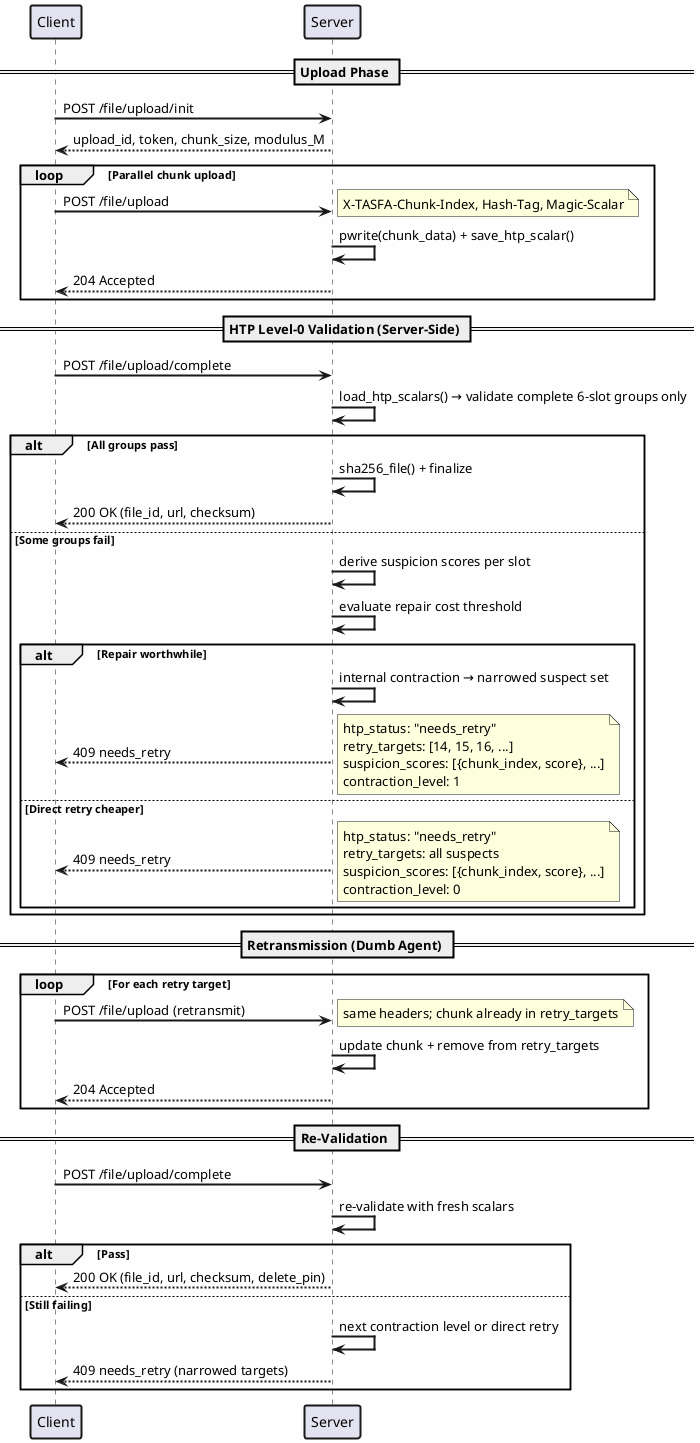
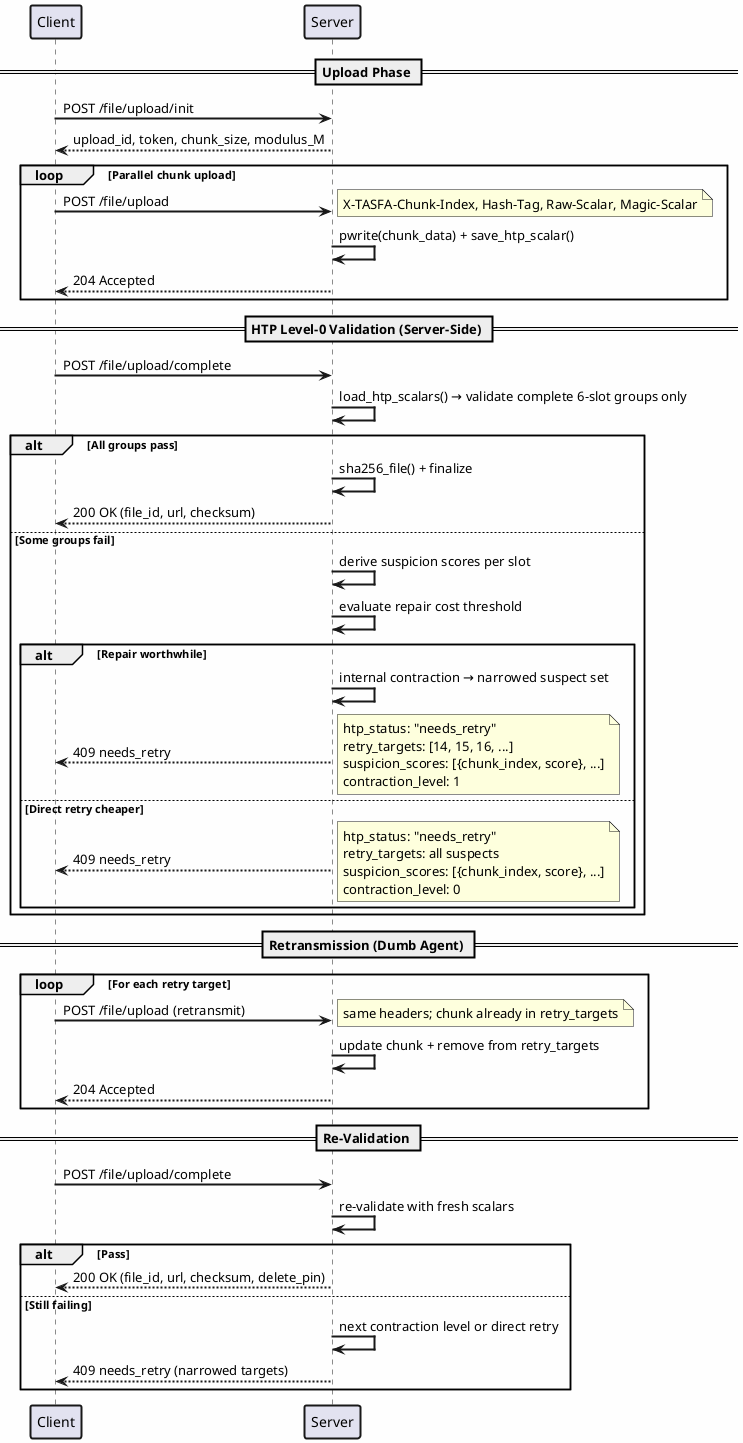
@startuml TASFA_Server_Authoritative_HTP

skinparam backgroundColor #FEFEFE
skinparam handwritten false
skinparam sequenceArrowThickness 2
skinparam sequenceParticipantBorderThickness 2

== Upload Phase ==
Client -> Server: POST /file/upload/init
Server --> Client: upload_id, token, chunk_size, modulus_M

loop Parallel chunk upload
    Client -> Server: POST /file/upload
-     note right: X-TASFA-Chunk-Index, Hash-Tag, Magic-Scalar
+     note right: X-TASFA-Chunk-Index, Hash-Tag, Raw-Scalar, Magic-Scalar
    Server -> Server: pwrite(chunk_data) + save_htp_scalar()
    Server --> Client: 204 Accepted
end

== HTP Level-0 Validation (Server-Side) ==
Client -> Server: POST /file/upload/complete
Server -> Server: load_htp_scalars() → validate complete 6-slot groups only

alt All groups pass
    Server -> Server: sha256_file() + finalize
    Server --> Client: 200 OK (file_id, url, checksum)
else Some groups fail
    Server -> Server: derive suspicion scores per slot
    Server -> Server: evaluate repair cost threshold
    alt Repair worthwhile
        Server -> Server: internal contraction → narrowed suspect set
        Server --> Client: 409 needs_retry
        note right
          htp_status: "needs_retry"
          retry_targets: [14, 15, 16, ...]
          suspicion_scores: [{chunk_index, score}, ...]
          contraction_level: 1
        end note
    else Direct retry cheaper
        Server --> Client: 409 needs_retry
        note right
          htp_status: "needs_retry"
          retry_targets: all suspects
          suspicion_scores: [{chunk_index, score}, ...]
          contraction_level: 0
        end note
    end
end

== Retransmission (Dumb Agent) ==
loop For each retry target
    Client -> Server: POST /file/upload (retransmit)
    note right: same headers; chunk already in retry_targets
    Server -> Server: update chunk + remove from retry_targets
    Server --> Client: 204 Accepted
end

== Re-Validation ==
Client -> Server: POST /file/upload/complete
Server -> Server: re-validate with fresh scalars
alt Pass
    Server --> Client: 200 OK (file_id, url, checksum, delete_pin)
else Still failing
    Server -> Server: next contraction level or direct retry
    Server --> Client: 409 needs_retry (narrowed targets)
end

@enduml

@startuml TASFA_State_Machine

skinparam backgroundColor #FEFEFE
skinparam stateBorderThickness 2

[*] --> Initializing : POST /init
Initializing --> Uploading : 200 init response

state Uploading {
  [*] --> ReceivingChunks
  ReceivingChunks --> ReceivingChunks : chunk accepted
  ReceivingChunks --> RetryingChunks : POST /complete → needs_retry
  ReceivingChunks --> Finalizing : POST /complete → OK
}

state RetryingChunks {
  [*] --> WaitingRetransmit
  WaitingRetransmit --> WaitingRetransmit : chunk retransmitted & removed from targets
}

RetryingChunks --> Uploading : all retry_targets cleared → retry complete

Finalizing --> [*] : 200 file committed

@enduml

@startuml HTP_Server_Side_Contraction

skinparam backgroundColor #FEFEFE
skinparam rectangleBorderThickness 2

rectangle "Level 0: Full File" as L0 {
    rectangle "G0: [c0..c5]" as G0
    rectangle "G1: [c6..c11]" as G1
    rectangle "G2: [c12..c17]" as G2
    rectangle "G3: [c18..c23]" as G3
    rectangle "..." as GX
}

rectangle "Server: Group G2 fails" as SV1 #FFFFCC {
    note right
      L1 ≠ L2 ≠ L3
-       v2 in L1+L2 fail → score 0.95
-       v3 in L2 fail only → score 0.50
-       v4 in L2+L3 fail → score 0.95
+       v2 in L1+L2 fail → score 1.0
+       v3 in L2 fail only → score 0.5
+       v4 in L2+L3 fail → score 1.0
    end note
}

rectangle "Suspect Set S0" as S0 #FFCCCC {
    card "c12: score 0.50"
-     card "c13: score 0.85"
-     card "c14: score 0.95"
-     card "c15: score 0.95"
+     card "c13: score 0.50"
+     card "c14: score 1.00"
+     card "c15: score 1.00"
    card "c16: score 0.50"
-     card "c17: score 0.85"
+     card "c17: score 0.50"
}

rectangle "Server: Cost threshold OK" as TH #CCFFCC {
    note right
      6 suspects ≤ 24 total / 3
      repair worthwhile
    end note
}

rectangle "Server: Contraction L1" as L1 #CCFFCC {
-     rectangle "R0: [c12,c13,c14,c15,c16,c17]" as R0
+     rectangle "G0..G3: group aggregates" as R0
    note right
-       Fresh grouping, independent of G2
+       Level-1: consecutive groups as vertices
+       topology preserved, suspects not reshuffled
    end note
}

rectangle "Server: R0 fails again" as SV2 #FFFFCC {
    note right
      contraction narrows to
      c14, c15
    end note
}

rectangle "Retry Targets" as RES #CCCCFF {
    card "c14: retry"
    card "c15: retry"
}

L0 --> SV1 : server validates G2
SV1 --> S0 : server derives scores
S0 --> TH : server checks threshold
- TH --> L1 : server regroups internally
+ TH --> L1 : server contracts groups
L1 --> SV2 : server validates contraction
SV2 --> RES : server returns retry_targets
RES --> Client : client retransmits as dumb agent

@enduml
